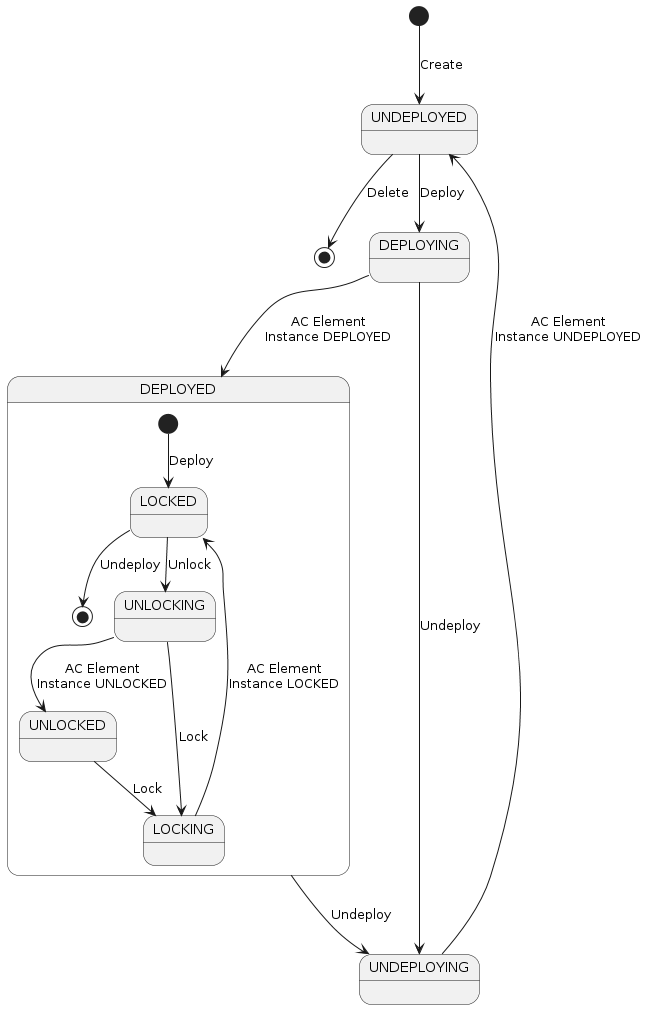
Above: docs/clamp/acm/images/acm-states/AcElementInstanceStatesOnRuntime.png in onap/policy-parent (PlantUML), before the change. Its source is kept beside it as docs/clamp/acm/plantuml/states/AcElementInstanceStatesOnRuntime.puml. The source it was exported from:
```plantuml
@startuml

[*] --> UNDEPLOYED: Create
UNDEPLOYED --> [*]: Delete
UNDEPLOYED --> DEPLOYING: Deploy
DEPLOYING --> DEPLOYED: AC Element\nInstance DEPLOYED
DEPLOYING --> UNDEPLOYING: Undeploy
DEPLOYED --> UNDEPLOYING: Undeploy
UNDEPLOYING --> UNDEPLOYED: AC Element\nInstance UNDEPLOYED


state DEPLOYED {
 [*] --> LOCKED: Deploy
 LOCKED --> [*]: Undeploy
 LOCKED --> UNLOCKING: Unlock
 UNLOCKING --> UNLOCKED: AC Element\nInstance UNLOCKED
 UNLOCKED --> LOCKING: Lock
 UNLOCKING --> LOCKING: Lock
 LOCKING --> LOCKED: AC Element\nInstance LOCKED
}

@enduml
```
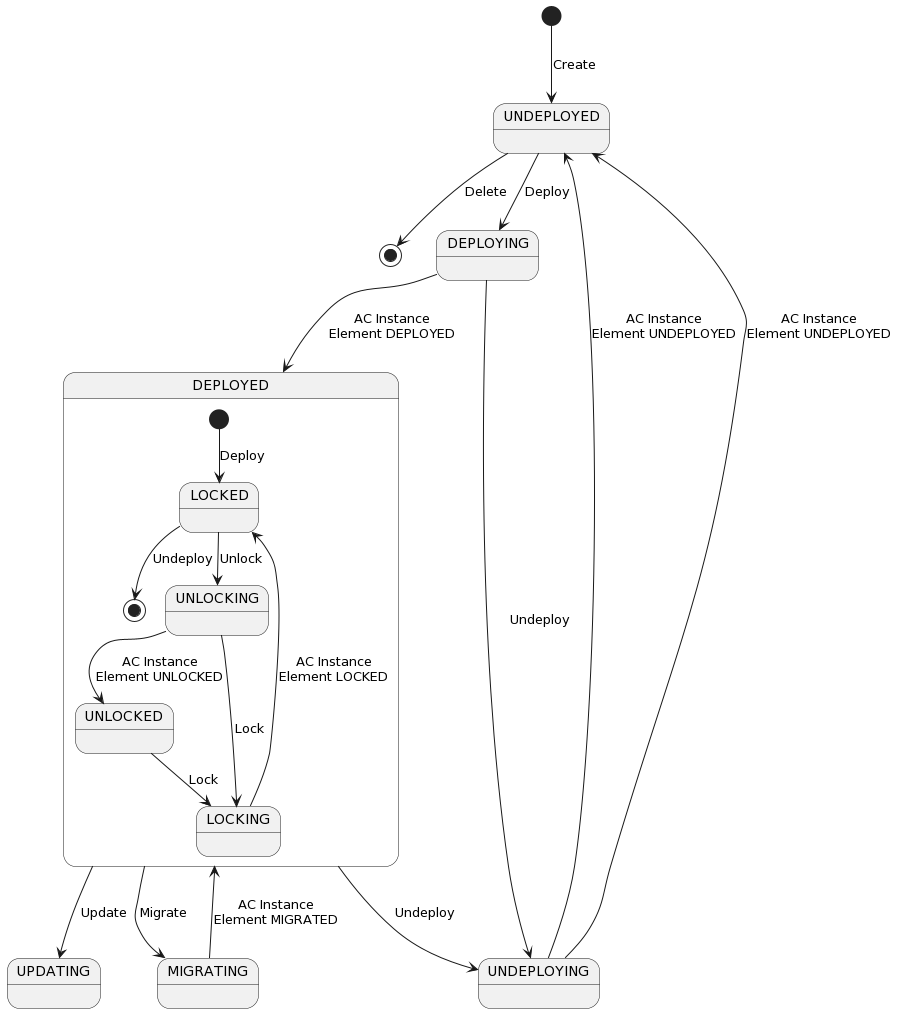
The same file after the commit.

Diff of the diagram source:
```diff
@@ -3,20 +3,24 @@
 [*] --> UNDEPLOYED: Create
 UNDEPLOYED --> [*]: Delete
 UNDEPLOYED --> DEPLOYING: Deploy
-DEPLOYING --> DEPLOYED: AC Element\nInstance DEPLOYED
+DEPLOYING --> DEPLOYED: AC Instance\nElement DEPLOYED
 DEPLOYING --> UNDEPLOYING: Undeploy
 DEPLOYED --> UNDEPLOYING: Undeploy
-UNDEPLOYING --> UNDEPLOYED: AC Element\nInstance UNDEPLOYED
+DEPLOYED --> UPDATING: Update
+DEPLOYED --> MIGRATING: Migrate
+MIGRATING --> DEPLOYED: AC Instance\nElement MIGRATED
+UNDEPLOYING --> UNDEPLOYED: AC Instance\nElement UNDEPLOYED
+UNDEPLOYING --> UNDEPLOYED: AC Instance\nElement UNDEPLOYED
 
 
 state DEPLOYED {
  [*] --> LOCKED: Deploy
  LOCKED --> [*]: Undeploy
  LOCKED --> UNLOCKING: Unlock
- UNLOCKING --> UNLOCKED: AC Element\nInstance UNLOCKED
+ UNLOCKING --> UNLOCKED: AC Instance\nElement UNLOCKED
  UNLOCKED --> LOCKING: Lock
  UNLOCKING --> LOCKING: Lock
- LOCKING --> LOCKED: AC Element\nInstance LOCKED
+ LOCKING --> LOCKED: AC Instance\nElement LOCKED
 }
 
 @enduml
```
